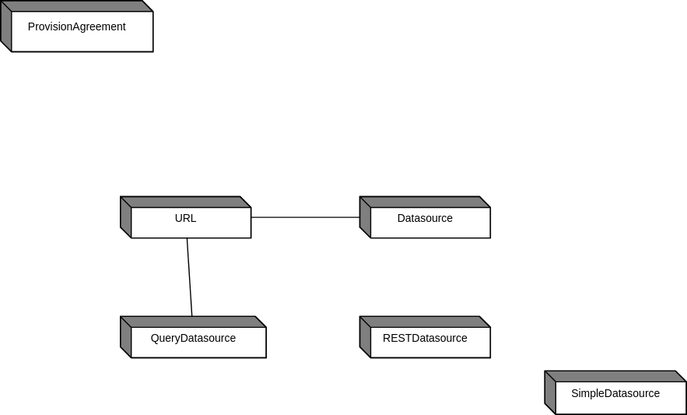
The draw.io diagram docs/information_model/media/sdmx_registry-dataprovisioning.svg in sdmx-twg/sdmx-im, before a commit. Source tidied: cells renumbered, new cells last; positions are measured from the earlier drawing's top-left corner, leaving out a move shared by most shapes. Source of this version:
```xml
<mxGraphModel>
  <root>
    <mxCell id="0" />
    <mxCell id="1" parent="0" />
    <mxCell id="2" value="Datasource" style="shape=mxgraph.dfd.externalEntity;fontSize=10;" parent="1" vertex="1">
      <mxGeometry x="330" y="180" width="120" height="38" as="geometry" />
    </mxCell>
    <mxCell id="3" value="URL" style="shape=mxgraph.dfd.externalEntity;fontSize=10;" parent="1" vertex="1">
      <mxGeometry x="110" y="180" width="120" height="38" as="geometry" />
    </mxCell>
    <mxCell id="4" value="RESTDatasource" style="shape=mxgraph.dfd.externalEntity;fontSize=10;" parent="1" vertex="1">
      <mxGeometry x="330" y="290" width="120" height="38" as="geometry" />
    </mxCell>
    <mxCell id="5" value="SimpleDatasource" style="shape=mxgraph.dfd.externalEntity;fontSize=10;" parent="1" vertex="1">
      <mxGeometry x="500" y="340" width="130" height="40" as="geometry" />
    </mxCell>
    <mxCell id="6" value="QueryDatasource" style="shape=mxgraph.dfd.externalEntity;fontSize=10;" parent="1" vertex="1">
      <mxGeometry x="110" y="290" width="134" height="38" as="geometry" />
    </mxCell>
    <mxCell id="7" value="ProvisionAgreement" style="shape=mxgraph.dfd.externalEntity;fontSize=10;" parent="1" vertex="1">
      <mxGeometry width="140" height="47" as="geometry" />
    </mxCell>
    <mxCell id="8" style="endArrow=none;" parent="1" edge="1">
      <mxGeometry relative="1" as="geometry" />
    </mxCell>
    <mxCell id="9" style="endArrow=none;" parent="1" edge="1">
      <mxGeometry relative="1" as="geometry" />
    </mxCell>
    <mxCell id="10" style="endArrow=none;" parent="1" edge="1">
      <mxGeometry relative="1" as="geometry" />
    </mxCell>
    <mxCell id="11" style="endArrow=none;" parent="1" edge="1">
      <mxGeometry relative="1" as="geometry" />
    </mxCell>
    <mxCell id="12" value="/content" style="endArrow=none;" parent="1" edge="1">
      <mxGeometry relative="1" as="geometry" />
    </mxCell>
    <mxCell id="13" value="attachment" style="endArrow=none;" parent="1" edge="1">
      <mxGeometry relative="1" as="geometry" />
    </mxCell>
    <mxCell id="14" value="/content" style="endArrow=none;" parent="1" edge="1">
      <mxGeometry relative="1" as="geometry" />
    </mxCell>
    <mxCell id="15" style="endArrow=none;" parent="1" edge="1">
      <mxGeometry relative="1" as="geometry" />
    </mxCell>
    <mxCell id="16" style="endArrow=none;" parent="1" edge="1">
      <mxGeometry relative="1" as="geometry" />
    </mxCell>
    <mxCell id="17" style="endArrow=none;" parent="1" edge="1">
      <mxGeometry relative="1" as="geometry" />
    </mxCell>
    <mxCell id="18" style="endArrow=none;" parent="1" edge="1">
      <mxGeometry relative="1" as="geometry" />
    </mxCell>
    <mxCell id="19" style="endArrow=none;" parent="1" edge="1">
      <mxGeometry relative="1" as="geometry" />
    </mxCell>
    <mxCell id="20" style="endArrow=none;" parent="1" edge="1" source="3" target="2">
      <mxGeometry relative="1" as="geometry" />
    </mxCell>
    <mxCell id="21" style="endArrow=none;" parent="1" edge="1" source="2">
      <mxGeometry relative="1" as="geometry" />
    </mxCell>
    <mxCell id="22" style="endArrow=none;" parent="1" edge="1">
      <mxGeometry relative="1" as="geometry" />
    </mxCell>
    <mxCell id="23" style="endArrow=none;" parent="1" edge="1">
      <mxGeometry relative="1" as="geometry" />
    </mxCell>
    <mxCell id="24" style="endArrow=none;" parent="1" edge="1">
      <mxGeometry relative="1" as="geometry" />
    </mxCell>
    <mxCell id="25" style="endArrow=none;" parent="1" edge="1">
      <mxGeometry relative="1" as="geometry" />
    </mxCell>
    <mxCell id="26" style="endArrow=none;" parent="1" edge="1">
      <mxGeometry relative="1" as="geometry" />
    </mxCell>
    <mxCell id="27" style="endArrow=none;" parent="1" edge="1">
      <mxGeometry relative="1" as="geometry" />
    </mxCell>
    <mxCell id="28" style="endArrow=none;" parent="1" edge="1">
      <mxGeometry relative="1" as="geometry" />
    </mxCell>
    <mxCell id="29" style="endArrow=none;" parent="1" edge="1">
      <mxGeometry relative="1" as="geometry" />
    </mxCell>
    <mxCell id="30" style="endArrow=none;" parent="1" edge="1">
      <mxGeometry relative="1" as="geometry" />
    </mxCell>
    <mxCell id="31" style="endArrow=none;" parent="1" edge="1">
      <mxGeometry relative="1" as="geometry" />
    </mxCell>
    <mxCell id="32" style="endArrow=none;" parent="1" edge="1">
      <mxGeometry relative="1" as="geometry" />
    </mxCell>
    <mxCell id="33" style="endArrow=none;" parent="1" edge="1">
      <mxGeometry relative="1" as="geometry" />
    </mxCell>
    <mxCell id="34" style="endArrow=none;" parent="1" edge="1">
      <mxGeometry relative="1" as="geometry" />
    </mxCell>
    <mxCell id="35" style="endArrow=none;" parent="1" edge="1">
      <mxGeometry relative="1" as="geometry" />
    </mxCell>
    <mxCell id="36" style="endArrow=none;" parent="1" edge="1">
      <mxGeometry relative="1" as="geometry" />
    </mxCell>
    <mxCell id="37" style="endArrow=none;" parent="1" edge="1">
      <mxGeometry relative="1" as="geometry" />
    </mxCell>
    <mxCell id="38" style="endArrow=none;" parent="1" edge="1">
      <mxGeometry relative="1" as="geometry" />
    </mxCell>
    <mxCell id="39" style="endArrow=none;" parent="1" edge="1">
      <mxGeometry relative="1" as="geometry" />
    </mxCell>
    <mxCell id="40" style="endArrow=none;" parent="1" edge="1">
      <mxGeometry relative="1" as="geometry" />
    </mxCell>
    <mxCell id="41" style="endArrow=none;" parent="1" edge="1">
      <mxGeometry relative="1" as="geometry" />
    </mxCell>
    <mxCell id="42" style="endArrow=none;" parent="1" edge="1">
      <mxGeometry relative="1" as="geometry" />
    </mxCell>
    <mxCell id="43" style="endArrow=none;" parent="1" edge="1">
      <mxGeometry relative="1" as="geometry" />
    </mxCell>
    <mxCell id="44" style="endArrow=none;" parent="1" edge="1">
      <mxGeometry relative="1" as="geometry" />
    </mxCell>
    <mxCell id="45" style="endArrow=none;" parent="1" edge="1">
      <mxGeometry relative="1" as="geometry" />
    </mxCell>
    <mxCell id="46" style="endArrow=none;" parent="1" edge="1">
      <mxGeometry relative="1" as="geometry" />
    </mxCell>
    <mxCell id="47" style="endArrow=none;" parent="1" edge="1">
      <mxGeometry relative="1" as="geometry" />
    </mxCell>
    <mxCell id="48" style="endArrow=none;" parent="1" edge="1" target="7">
      <mxGeometry relative="1" as="geometry" />
    </mxCell>
    <mxCell id="49" style="endArrow=none;" parent="1" edge="1">
      <mxGeometry relative="1" as="geometry" />
    </mxCell>
    <mxCell id="50" style="endArrow=none;" parent="1" edge="1" source="3" target="6">
      <mxGeometry relative="1" as="geometry" />
    </mxCell>
    <mxCell id="51" style="endArrow=none;" parent="1" edge="1">
      <mxGeometry relative="1" as="geometry" />
    </mxCell>
    <mxCell id="52" style="endArrow=none;" parent="1" edge="1">
      <mxGeometry relative="1" as="geometry" />
    </mxCell>
    <mxCell id="53" style="endArrow=none;" parent="1" edge="1">
      <mxGeometry relative="1" as="geometry" />
    </mxCell>
    <mxCell id="54" style="endArrow=none;" parent="1" edge="1">
      <mxGeometry relative="1" as="geometry" />
    </mxCell>
    <mxCell id="55" style="endArrow=none;" parent="1" edge="1">
      <mxGeometry relative="1" as="geometry" />
    </mxCell>
    <mxCell id="56" style="endArrow=none;" parent="1" edge="1">
      <mxGeometry relative="1" as="geometry" />
    </mxCell>
    <mxCell id="57" style="endArrow=none;" parent="1" edge="1">
      <mxGeometry relative="1" as="geometry" />
    </mxCell>
    <mxCell id="58" style="endArrow=none;" parent="1" edge="1">
      <mxGeometry relative="1" as="geometry" />
    </mxCell>
    <mxCell id="59" style="endArrow=none;" parent="1" edge="1">
      <mxGeometry relative="1" as="geometry" />
    </mxCell>
    <mxCell id="60" style="endArrow=none;" parent="1" edge="1">
      <mxGeometry relative="1" as="geometry" />
    </mxCell>
    <mxCell id="61" style="endArrow=none;" parent="1" edge="1">
      <mxGeometry relative="1" as="geometry" />
    </mxCell>
    <mxCell id="62" style="endArrow=none;" parent="1" edge="1">
      <mxGeometry relative="1" as="geometry" />
    </mxCell>
    <mxCell id="63" style="endArrow=none;" parent="1" edge="1">
      <mxGeometry relative="1" as="geometry" />
    </mxCell>
    <mxCell id="64" style="endArrow=none;" parent="1" edge="1">
      <mxGeometry relative="1" as="geometry" />
    </mxCell>
    <mxCell id="65" style="endArrow=none;" parent="1" edge="1">
      <mxGeometry relative="1" as="geometry" />
    </mxCell>
    <mxCell id="66" style="endArrow=none;" parent="1" edge="1">
      <mxGeometry relative="1" as="geometry" />
    </mxCell>
    <mxCell id="67" value="controlledBy" style="endArrow=none;" parent="1" edge="1" source="7">
      <mxGeometry relative="1" as="geometry" />
    </mxCell>
    <mxCell id="68" style="endArrow=none;" parent="1" edge="1" source="7">
      <mxGeometry relative="1" as="geometry" />
    </mxCell>
    <mxCell id="69" value="references" style="dashed=1;endArrow=none;html=1;curved=1;edgeStyle=entityRelationEdgeStyle;elbow=vertical;fontStyle=1;fontSize=10;exitX=undefined;exitY=undefined;entryX=undefined;entryY=undefined;entryDx=0;entryDy=0;jettySize=auto;jumpStyle=none;rounded=0;orthogonal=1;strokeColor=#808080;fillColor=none;" parent="1" edge="1" source="5">
      <mxGeometry relative="1" as="geometry" />
    </mxCell>
    <mxCell id="70" value="references" style="dashed=1;endArrow=none;html=1;curved=1;edgeStyle=entityRelationEdgeStyle;elbow=vertical;fontStyle=1;fontSize=10;exitX=undefined;exitY=undefined;entryX=undefined;entryY=undefined;entryDx=0;entryDy=0;jettySize=auto;jumpStyle=none;rounded=0;orthogonal=1;strokeColor=#808080;fillColor=none;" parent="1" edge="1" source="5">
      <mxGeometry relative="1" as="geometry" />
    </mxCell>
  </root>
</mxGraphModel>
```
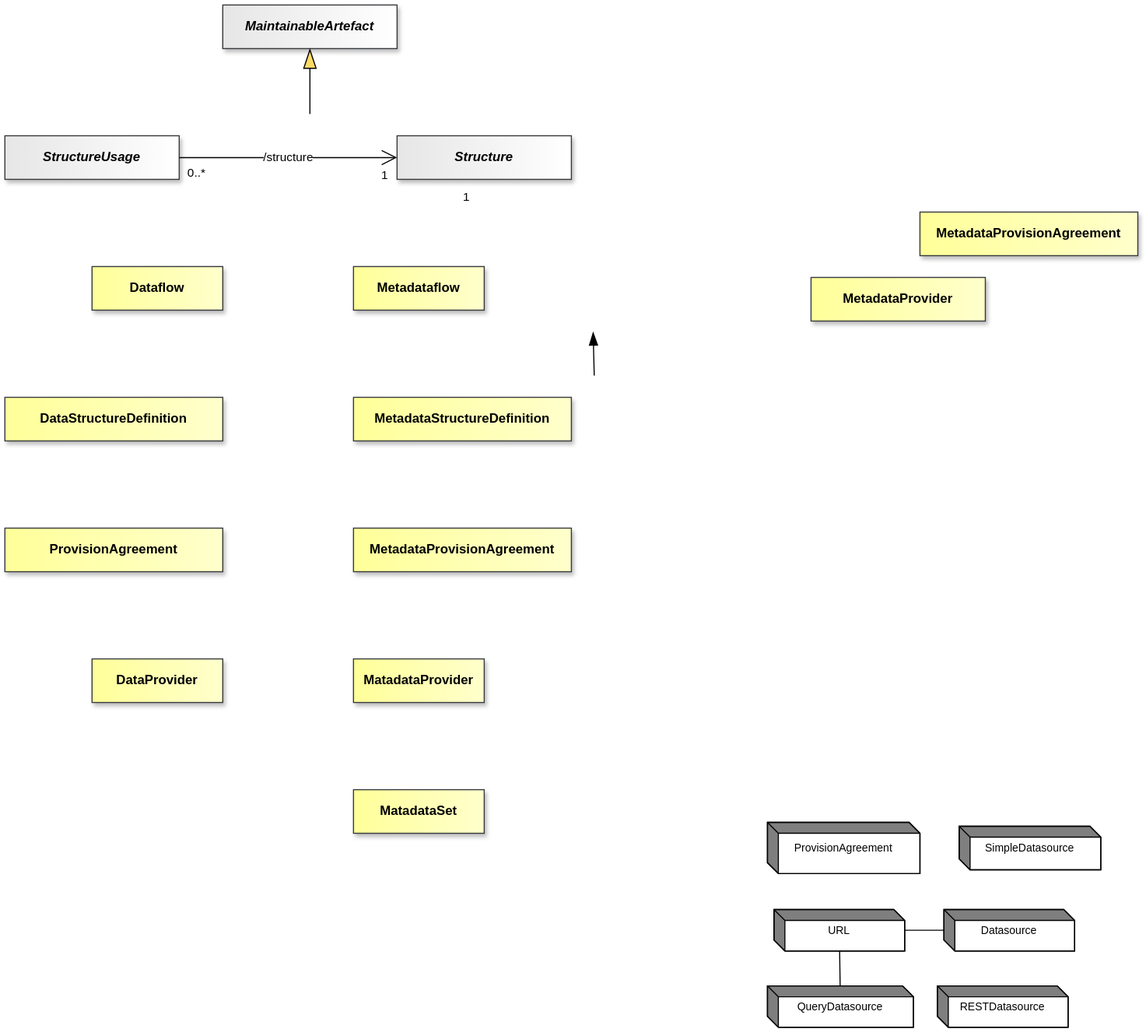
After the change.

The edit, as a diff of the source:
```diff
@@ -3,22 +3,22 @@
     <mxCell id="0" />
     <mxCell id="1" parent="0" />
     <mxCell id="2" value="Datasource" style="shape=mxgraph.dfd.externalEntity;fontSize=10;" parent="1" vertex="1">
-      <mxGeometry x="330" y="180" width="120" height="38" as="geometry" />
+      <mxGeometry x="932" y="190" width="120" height="38" as="geometry" />
     </mxCell>
     <mxCell id="3" value="URL" style="shape=mxgraph.dfd.externalEntity;fontSize=10;" parent="1" vertex="1">
-      <mxGeometry x="110" y="180" width="120" height="38" as="geometry" />
+      <mxGeometry x="776" y="190" width="120" height="38" as="geometry" />
     </mxCell>
     <mxCell id="4" value="RESTDatasource" style="shape=mxgraph.dfd.externalEntity;fontSize=10;" parent="1" vertex="1">
-      <mxGeometry x="330" y="290" width="120" height="38" as="geometry" />
+      <mxGeometry x="926" y="260" width="120" height="38" as="geometry" />
     </mxCell>
     <mxCell id="5" value="SimpleDatasource" style="shape=mxgraph.dfd.externalEntity;fontSize=10;" parent="1" vertex="1">
-      <mxGeometry x="500" y="340" width="130" height="40" as="geometry" />
+      <mxGeometry x="946" y="113.5" width="130" height="40" as="geometry" />
     </mxCell>
     <mxCell id="6" value="QueryDatasource" style="shape=mxgraph.dfd.externalEntity;fontSize=10;" parent="1" vertex="1">
-      <mxGeometry x="110" y="290" width="134" height="38" as="geometry" />
+      <mxGeometry x="770" y="260" width="134" height="38" as="geometry" />
     </mxCell>
     <mxCell id="7" value="ProvisionAgreement" style="shape=mxgraph.dfd.externalEntity;fontSize=10;" parent="1" vertex="1">
-      <mxGeometry width="140" height="47" as="geometry" />
+      <mxGeometry x="770" y="110" width="140" height="47" as="geometry" />
     </mxCell>
     <mxCell id="8" style="endArrow=none;" parent="1" edge="1">
       <mxGeometry relative="1" as="geometry" />
@@ -209,5 +209,74 @@
     <mxCell id="70" value="references" style="dashed=1;endArrow=none;html=1;curved=1;edgeStyle=entityRelationEdgeStyle;elbow=vertical;fontStyle=1;fontSize=10;exitX=undefined;exitY=undefined;entryX=undefined;entryY=undefined;entryDx=0;entryDy=0;jettySize=auto;jumpStyle=none;rounded=0;orthogonal=1;strokeColor=#808080;fillColor=none;" parent="1" edge="1" source="5">
       <mxGeometry relative="1" as="geometry" />
     </mxCell>
+    <mxCell id="71" value="&lt;span&gt;&lt;span&gt;StructureUsage&lt;/span&gt;&lt;/span&gt;" style="whiteSpace=wrap;html=1;verticalAlign=middle;gradientDirection=east;imageVerticalAlign=top;fontStyle=3;fillColor=light-dark(#E6E6E6,#E6E6E6);strokeColor=#36393d;fontColor=light-dark(#000000,#000000);gradientColor=light-dark(#FFFFFF,#FFFFFF);shadow=1;" parent="1" vertex="1">
+      <mxGeometry x="70" y="-520" width="160" height="40" as="geometry" />
+    </mxCell>
+    <mxCell id="72" value="&lt;span style=&quot;background-color: light-dark(#ffffff, var(--ge-dark-color, #121212));&quot;&gt;/structure&lt;/span&gt;" style="endArrow=open;html=1;endSize=12;startArrow=none;startSize=20;startFill=0;edgeStyle=orthogonalEdgeStyle;rounded=0;endFill=0;strokeColor=light-dark(#000000,#FFFFFF);fontColor=light-dark(#000000,#FFFFFF);labelBackgroundColor=none;exitX=1;exitY=0.5;exitDx=0;exitDy=0;entryX=0;entryY=0.5;entryDx=0;entryDy=0;" parent="1" edge="1" source="71" target="75">
+      <mxGeometry relative="1" as="geometry" />
+    </mxCell>
+    <mxCell id="73" value="0..*" style="edgeLabel;html=1;align=left;verticalAlign=top;labelBackgroundColor=none;fontColor=light-dark(#000000,#FFFFFF);" parent="72" vertex="1">
+      <mxGeometry x="-1" relative="1" as="geometry">
+        <mxPoint x="6" y="1" as="offset" />
+      </mxGeometry>
+    </mxCell>
+    <mxCell id="74" value="1" style="edgeLabel;html=1;align=right;verticalAlign=top;labelBackgroundColor=none;fontColor=light-dark(#000000,#FFFFFF);" parent="72" vertex="1">
+      <mxGeometry x="1" relative="1" as="geometry">
+        <mxPoint x="-8" y="3" as="offset" />
+      </mxGeometry>
+    </mxCell>
+    <mxCell id="75" value="&lt;span&gt;&lt;span&gt;Structure&lt;/span&gt;&lt;/span&gt;" style="whiteSpace=wrap;html=1;verticalAlign=middle;gradientDirection=east;imageVerticalAlign=top;fontStyle=3;fillColor=light-dark(#E6E6E6,#E6E6E6);strokeColor=#36393d;fontColor=light-dark(#000000,#000000);gradientColor=light-dark(#FFFFFF,#FFFFFF);shadow=1;" parent="1" vertex="1">
+      <mxGeometry x="430" y="-520" width="160" height="40" as="geometry" />
+    </mxCell>
+    <mxCell id="76" value="1" style="edgeLabel;html=1;align=left;verticalAlign=top;labelBackgroundColor=none;fontColor=light-dark(#000000,#FFFFFF);" parent="1" vertex="1">
+      <mxGeometry x="489" y="-477" as="geometry" />
+    </mxCell>
+    <mxCell id="77" value="&lt;span&gt;&lt;span&gt;DataStructureDefinition&lt;/span&gt;&lt;/span&gt;" style="whiteSpace=wrap;html=1;verticalAlign=middle;gradientDirection=east;imageVerticalAlign=top;fontStyle=1;fillColor=light-dark(#FFFF99,#FFFF99);strokeColor=#36393d;fontColor=light-dark(#000000,#000000);gradientColor=light-dark(#FFFFCC,#FFFFCC);shadow=1;" parent="1" vertex="1">
+      <mxGeometry x="70" y="-280" width="200" height="40" as="geometry" />
+    </mxCell>
+    <mxCell id="78" value="&lt;span&gt;&lt;span&gt;MetadataStructureDefinition&lt;/span&gt;&lt;/span&gt;" style="whiteSpace=wrap;html=1;verticalAlign=middle;gradientDirection=east;imageVerticalAlign=top;fontStyle=1;fillColor=light-dark(#FFFF99,#FFFF99);strokeColor=#36393d;fontColor=light-dark(#000000,#000000);gradientColor=light-dark(#FFFFCC,#FFFFCC);shadow=1;" parent="1" vertex="1">
+      <mxGeometry x="390" y="-280" width="200" height="40" as="geometry" />
+    </mxCell>
+    <mxCell id="79" value="&lt;span&gt;&lt;span&gt;Metadataflow&lt;/span&gt;&lt;/span&gt;" style="whiteSpace=wrap;html=1;verticalAlign=middle;gradientDirection=east;imageVerticalAlign=top;fontStyle=1;fillColor=light-dark(#FFFF99,#FFFF99);strokeColor=#36393d;fontColor=light-dark(#000000,#000000);gradientColor=light-dark(#FFFFCC,#FFFFCC);shadow=1;" parent="1" vertex="1">
+      <mxGeometry x="390" y="-400" width="120" height="40" as="geometry" />
+    </mxCell>
+    <mxCell id="80" value="&lt;span&gt;&lt;span&gt;DataProvider&lt;/span&gt;&lt;/span&gt;" style="whiteSpace=wrap;html=1;verticalAlign=middle;gradientDirection=east;imageVerticalAlign=top;fontStyle=1;fillColor=light-dark(#FFFF99,#FFFF99);strokeColor=#36393d;fontColor=light-dark(#000000,#000000);gradientColor=light-dark(#FFFFCC,#FFFFCC);shadow=1;" parent="1" vertex="1">
+      <mxGeometry x="150" y="-40" width="120" height="40" as="geometry" />
+    </mxCell>
+    <mxCell id="81" value="&lt;span&gt;&lt;span&gt;MetadataProvider&lt;/span&gt;&lt;/span&gt;" style="whiteSpace=wrap;html=1;verticalAlign=middle;gradientDirection=east;imageVerticalAlign=top;fontStyle=1;fillColor=light-dark(#FFFF99,#FFFF99);strokeColor=#36393d;fontColor=light-dark(#000000,#000000);gradientColor=light-dark(#FFFFCC,#FFFFCC);shadow=1;" parent="1" vertex="1">
+      <mxGeometry x="810" y="-390" width="160" height="40" as="geometry" />
+    </mxCell>
+    <mxCell id="82" value="&lt;span&gt;&lt;span&gt;ProvisionAgreement&lt;/span&gt;&lt;/span&gt;" style="whiteSpace=wrap;html=1;verticalAlign=middle;gradientDirection=east;imageVerticalAlign=top;fontStyle=1;fillColor=light-dark(#FFFF99,#FFFF99);strokeColor=#36393d;fontColor=light-dark(#000000,#000000);gradientColor=light-dark(#FFFFCC,#FFFFCC);shadow=1;" parent="1" vertex="1">
+      <mxGeometry x="70" y="-160" width="200" height="40" as="geometry" />
+    </mxCell>
+    <mxCell id="83" value="&lt;span&gt;&lt;span&gt;MetadataProvisionAgreement&lt;/span&gt;&lt;/span&gt;" style="whiteSpace=wrap;html=1;verticalAlign=middle;gradientDirection=east;imageVerticalAlign=top;fontStyle=1;fillColor=light-dark(#FFFF99,#FFFF99);strokeColor=#36393d;fontColor=light-dark(#000000,#000000);gradientColor=light-dark(#FFFFCC,#FFFFCC);shadow=1;" parent="1" vertex="1">
+      <mxGeometry x="910" y="-450" width="200" height="40" as="geometry" />
+    </mxCell>
+    <mxCell id="84" value="&lt;span&gt;&lt;span&gt;Dataflow&lt;/span&gt;&lt;/span&gt;" style="whiteSpace=wrap;html=1;verticalAlign=middle;gradientDirection=east;imageVerticalAlign=top;fontStyle=1;fillColor=light-dark(#FFFF99,#FFFF99);strokeColor=#36393d;fontColor=light-dark(#000000,#000000);gradientColor=light-dark(#FFFFCC,#FFFFCC);shadow=1;" parent="1" vertex="1">
+      <mxGeometry x="150" y="-400" width="120" height="40" as="geometry" />
+    </mxCell>
+    <mxCell id="85" value="MaintainableArtefact" style="whiteSpace=wrap;html=1;verticalAlign=middle;gradientDirection=east;imageVerticalAlign=top;fontStyle=3;fillColor=light-dark(#E6E6E6,#E6E6E6);strokeColor=#36393d;fontColor=light-dark(#000000,#000000);gradientColor=light-dark(#FFFFFF,#FFFFFF);shadow=1;" parent="1" vertex="1">
+      <mxGeometry x="270" y="-640" width="160" height="40" as="geometry" />
+    </mxCell>
+    <mxCell id="86" style="endArrow=blockThin;endSize=10;endFill=1;html=1;rounded=0;entryX=0.5;entryY=1;entryDx=0;entryDy=0;startFill=0;endFillColor=light-dark(#000000,#FFFFFF);strokeColor=light-dark(#000000,#FFFFFF);startFillColor=light-dark(#000000,#FFFFFF);labelBackgroundColor=none;labelBorderColor=light-dark(#000000,#FFFFFF);exitX=0.5;exitY=0;exitDx=0;exitDy=0;" parent="1" edge="1">
+      <mxGeometry x="-0.72" relative="1" as="geometry">
+        <mxPoint x="611" y="-300" as="sourcePoint" />
+        <mxPoint x="610" y="-340" as="targetPoint" />
+      </mxGeometry>
+    </mxCell>
+    <mxCell id="87" style="endArrow=blockThin;endSize=16;endFill=1;html=1;rounded=0;entryX=0.5;entryY=1;entryDx=0;entryDy=0;startFill=0;endFillColor=light-dark(#FFD966,#FFD966);strokeColor=light-dark(#000000,#FFFFFF);startFillColor=light-dark(#000000,#FFFFFF);labelBackgroundColor=none;labelBorderColor=light-dark(#000000,#FFFFFF);exitX=0.5;exitY=0;exitDx=0;exitDy=0;" parent="1" edge="1" target="85">
+      <mxGeometry x="-0.4" relative="1" as="geometry">
+        <mxPoint x="350" y="-540" as="sourcePoint" />
+      </mxGeometry>
+    </mxCell>
+    <mxCell id="88" value="&lt;span&gt;&lt;span&gt;MatadataProvider&lt;/span&gt;&lt;/span&gt;" style="whiteSpace=wrap;html=1;verticalAlign=middle;gradientDirection=east;imageVerticalAlign=top;fontStyle=1;fillColor=light-dark(#FFFF99,#FFFF99);strokeColor=#36393d;fontColor=light-dark(#000000,#000000);gradientColor=light-dark(#FFFFCC,#FFFFCC);shadow=1;" parent="1" vertex="1">
+      <mxGeometry x="390" y="-40" width="120" height="40" as="geometry" />
+    </mxCell>
+    <mxCell id="89" value="&lt;span&gt;&lt;span&gt;MetadataProvisionAgreement&lt;/span&gt;&lt;/span&gt;" style="whiteSpace=wrap;html=1;verticalAlign=middle;gradientDirection=east;imageVerticalAlign=top;fontStyle=1;fillColor=light-dark(#FFFF99,#FFFF99);strokeColor=#36393d;fontColor=light-dark(#000000,#000000);gradientColor=light-dark(#FFFFCC,#FFFFCC);shadow=1;" parent="1" vertex="1">
+      <mxGeometry x="390" y="-160" width="200" height="40" as="geometry" />
+    </mxCell>
+    <mxCell id="90" value="&lt;span&gt;&lt;span&gt;MatadataSet&lt;/span&gt;&lt;/span&gt;" style="whiteSpace=wrap;html=1;verticalAlign=middle;gradientDirection=east;imageVerticalAlign=top;fontStyle=1;fillColor=light-dark(#FFFF99,#FFFF99);strokeColor=#36393d;fontColor=light-dark(#000000,#000000);gradientColor=light-dark(#FFFFCC,#FFFFCC);shadow=1;" parent="1" vertex="1">
+      <mxGeometry x="390" y="80" width="120" height="40" as="geometry" />
+    </mxCell>
   </root>
 </mxGraphModel>
```
